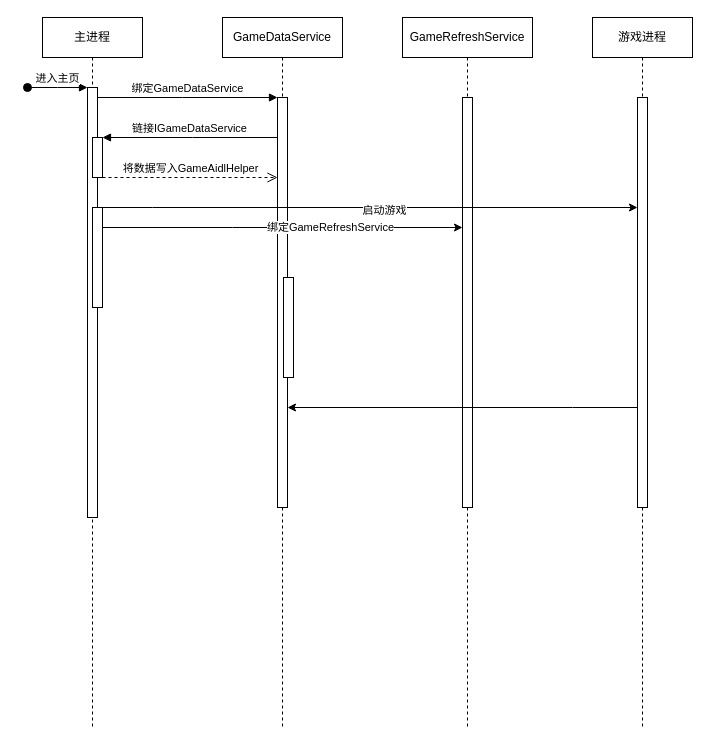
Earlier version of the draw.io diagram 未命名绘图.drawio (Discredited/Discredited.github.io). Source tidied: cells renumbered, new cells numbered last; positions are measured from the earlier drawing's top-left corner, leaving out a move shared by most shapes. Both pictures are drawn from the tidied source at 100%, with x=0, y=0 at pixel (27, 17).
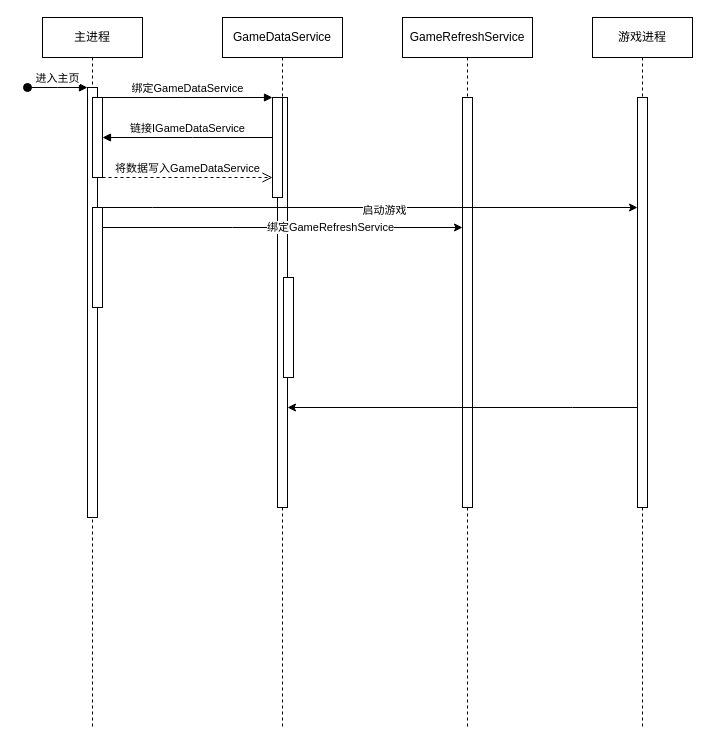
Above is the later version.

Commit message:
主进程链接GameDataService

Unchanged cells that the change refers to:
```xml
<mxCell id="2" value="主进程" style="shape=umlLifeline;perimeter=lifelinePerimeter;whiteSpace=wrap;html=1;newEdgeStyle={&quot;edgeStyle&quot;:&quot;elbowEdgeStyle&quot;,&quot;elbow&quot;:&quot;vertical&quot;,&quot;curved&quot;:0,&quot;rounded&quot;:0};" parent="1" vertex="1">
  <mxGeometry x="15" width="100" height="710" as="geometry" />
</mxCell>
<mxCell id="3" style="html=1;points=[];perimeter=orthogonalPerimeter;outlineConnect=0;targetShapes=umlLifeline;portConstraint=eastwest;newEdgeStyle={&quot;edgeStyle&quot;:&quot;elbowEdgeStyle&quot;,&quot;elbow&quot;:&quot;vertical&quot;,&quot;curved&quot;:0,&quot;rounded&quot;:0};" parent="2" vertex="1">
  <mxGeometry x="45" y="70" width="10" height="430" as="geometry" />
</mxCell>
<mxCell id="7" value="GameDataService" style="shape=umlLifeline;perimeter=lifelinePerimeter;whiteSpace=wrap;html=1;newEdgeStyle={&quot;edgeStyle&quot;:&quot;elbowEdgeStyle&quot;,&quot;elbow&quot;:&quot;vertical&quot;,&quot;curved&quot;:0,&quot;rounded&quot;:0};" parent="1" vertex="1">
  <mxGeometry x="195" width="120" height="710" as="geometry" />
</mxCell>
<mxCell id="8" style="html=1;points=[];perimeter=orthogonalPerimeter;outlineConnect=0;targetShapes=umlLifeline;portConstraint=eastwest;newEdgeStyle={&quot;edgeStyle&quot;:&quot;elbowEdgeStyle&quot;,&quot;elbow&quot;:&quot;vertical&quot;,&quot;curved&quot;:0,&quot;rounded&quot;:0};" parent="7" vertex="1">
  <mxGeometry x="55" y="80" width="10" height="410" as="geometry" />
</mxCell>
```

What changed in the source:
```diff
@@
     <mxCell id="5" style="html=1;points=[];perimeter=orthogonalPerimeter;outlineConnect=0;targetShapes=umlLifeline;portConstraint=eastwest;newEdgeStyle={&quot;edgeStyle&quot;:&quot;elbowEdgeStyle&quot;,&quot;elbow&quot;:&quot;vertical&quot;,&quot;curved&quot;:0,&quot;rounded&quot;:0};" parent="2" vertex="1">
-      <mxGeometry x="50" y="120" width="10" height="40" as="geometry" />
+      <mxGeometry x="50" y="80" width="10" height="80" as="geometry" />
     </mxCell>
@@
+    <mxCell id="22" style="html=1;perimeter=orthogonalPerimeter;targetShapes=umlLifeline;newEdgeStyle={&quot;edgeStyle&quot;:&quot;elbowEdgeStyle&quot;,&quot;elbow&quot;:&quot;vertical&quot;,&quot;curved&quot;:0,&quot;rounded&quot;:0};" parent="7" vertex="1">
+      <mxGeometry x="50" y="80" width="10" height="100" as="geometry" />
+    </mxCell>
-    <mxCell id="10" value="绑定GameDataService" style="html=1;verticalAlign=bottom;endArrow=block;edgeStyle=elbowEdgeStyle;elbow=vertical;curved=0;rounded=0;" parent="1" edge="1" source="3" target="8">
+    <mxCell id="10" value="绑定GameDataService" style="html=1;verticalAlign=bottom;endArrow=block;edgeStyle=elbowEdgeStyle;elbow=vertical;curved=0;rounded=0;" parent="1" edge="1" source="5">
       <mxGeometry relative="1" as="geometry">
+        <mxPoint x="245" y="80" as="targetPoint" />
         <Array as="points">
           <mxPoint x="155" y="80" />
         </Array>
       </mxGeometry>
     </mxCell>
-    <mxCell id="11" value="链接IGameDataService" style="html=1;verticalAlign=bottom;endArrow=block;edgeStyle=elbowEdgeStyle;elbow=horizontal;curved=0;rounded=0;" parent="1" edge="1" source="8" target="5">
+    <mxCell id="11" value="链接IGameDataService" style="html=1;verticalAlign=bottom;endArrow=block;edgeStyle=elbowEdgeStyle;elbow=horizontal;curved=0;rounded=0;" parent="1" edge="1" target="5">
       <mxGeometry relative="1" as="geometry">
+        <mxPoint x="245" y="120" as="sourcePoint" />
         <Array as="points">
           <mxPoint x="165" y="120" />
         </Array>
       </mxGeometry>
     </mxCell>
-    <mxCell id="12" value="将数据写入GameAidlHelper" style="html=1;verticalAlign=bottom;endArrow=open;dashed=1;endSize=8;edgeStyle=elbowEdgeStyle;elbow=vertical;curved=0;rounded=0;" parent="1" edge="1" source="5" target="8">
+    <mxCell id="12" value="将数据写入GameDataService" style="html=1;verticalAlign=bottom;endArrow=open;dashed=1;endSize=8;edgeStyle=elbowEdgeStyle;elbow=vertical;curved=0;rounded=0;" parent="1" edge="1" source="5">
       <mxGeometry relative="1" as="geometry">
+        <mxPoint x="245" y="160" as="targetPoint" />
         <Array as="points">
           <mxPoint x="165" y="160" />
           <mxPoint x="155" y="190" />
         </Array>
       </mxGeometry>
     </mxCell>
```
